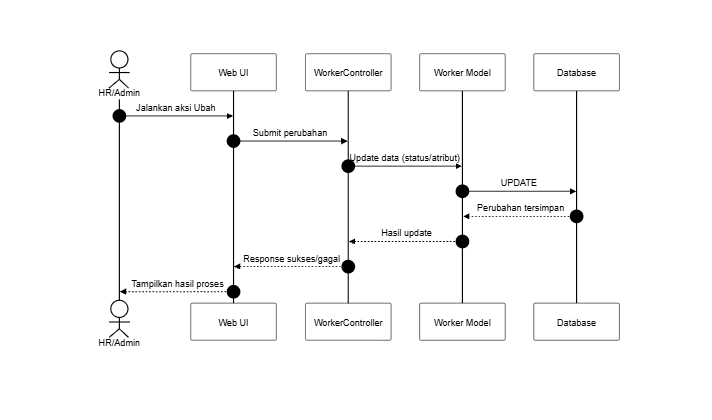
The Mermaid diagram docs/SequenceDiagram/PNG_Transparent/KelolaPegawai-Ubah.png in SulaimanHafi23/SimpegRSHDI, before a commit. Its source is kept beside it as docs/SequenceDiagram/KelolaPegawai-Ubah.mermaid. The source it was exported from:
```mermaid
%%{init: {"theme": "base", "themeVariables": {"background": "#dddddd", "primaryColor": "#ffffff", "primaryBorderColor": "#000000", "primaryTextColor": "#000000", "lineColor": "#000000", "textColor": "#000000", "actorBkg": "#ffffff", "actorBorder": "#000000", "actorTextColor": "#000000", "activationBkgColor": "#ffffff", "activationBorderColor": "#000000", "signalColor": "#000000", "signalTextColor": "#000000", "labelBoxBkgColor": "#ffffff", "labelBoxBorderColor": "#000000", "labelTextColor": "#000000", "sequenceNumberColor": "#000000", "noteBkgColor": "#ffffff", "noteBorderColor": "#000000", "noteTextColor": "#000000"}, "sequence": {"useMaxWidth": true, "wrap": true, "messageFontSize": 12, "noteFontSize": 12}}}%%
sequenceDiagram
    autonumber
    actor A as HR/Admin
    participant UI as Web UI
    participant C as WorkerController
    participant M as Worker Model
    participant DB as Database

    A->>UI: Jalankan aksi Ubah
    UI->>C: Submit perubahan
    C->>M: Update data (status/atribut)
    M->>DB: UPDATE
    DB-->>M: Perubahan tersimpan
    M-->>C: Hasil update
    C-->>UI: Response sukses/gagal
    UI-->>A: Tampilkan hasil proses
```
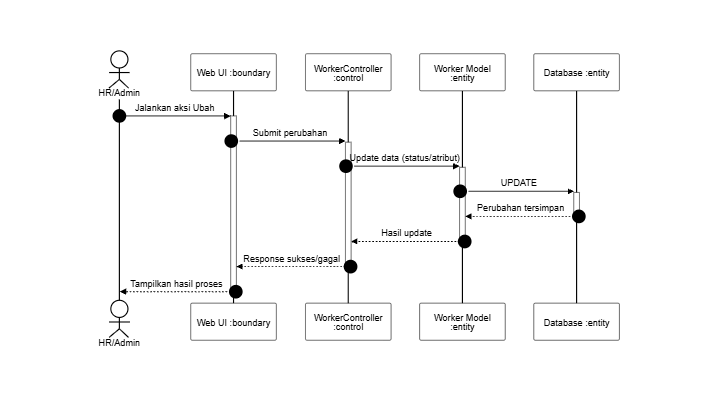
Later version of the same file.

The edit, as a diff of the source:
```diff
@@ -2,16 +2,16 @@
 sequenceDiagram
     autonumber
     actor A as HR/Admin
-    participant UI as Web UI
-    participant C as WorkerController
-    participant M as Worker Model
-    participant DB as Database
+    participant UI as Web UI :boundary
+    participant C as WorkerController :control
+    participant M as Worker Model :entity
+    participant DB as Database :entity
 
-    A->>UI: Jalankan aksi Ubah
-    UI->>C: Submit perubahan
-    C->>M: Update data (status/atribut)
-    M->>DB: UPDATE
-    DB-->>M: Perubahan tersimpan
-    M-->>C: Hasil update
-    C-->>UI: Response sukses/gagal
-    UI-->>A: Tampilkan hasil proses
+    A->>+UI: Jalankan aksi Ubah
+    UI->>+C: Submit perubahan
+    C->>+M: Update data (status/atribut)
+    M->>+DB: UPDATE
+    DB-->>-M: Perubahan tersimpan
+    M-->>-C: Hasil update
+    C-->>-UI: Response sukses/gagal
+    UI-->>-A: Tampilkan hasil proses
```
